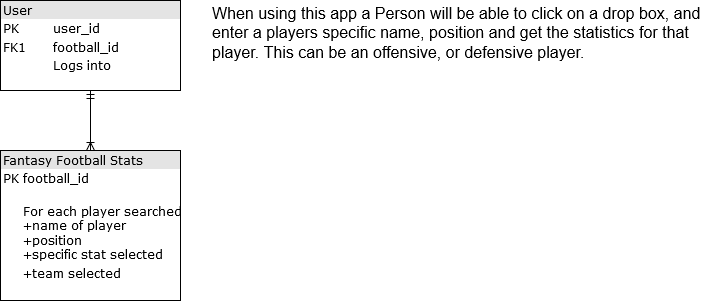
The draw.io diagram docs/erd.png in NewbieCoder10/fantasy-football-stats, before a commit. Source tidied: cells renumbered, new cells last; positions are measured from the earlier drawing's top-left corner, leaving out a move shared by most shapes.
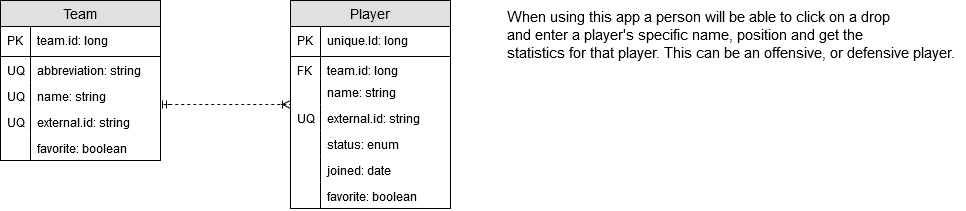
The same file after the commit.

Commit message:
Updated erd png and pdf files.

Diff of the diagram source:
```diff
@@ -2,17 +2,96 @@
   <root>
     <mxCell id="0" />
     <mxCell id="1" parent="0" />
-    <mxCell id="2" value="&lt;div style=&quot;box-sizing: border-box ; width: 100% ; background: #e4e4e4 ; padding: 2px&quot;&gt;User&lt;br&gt;&lt;/div&gt;&lt;table style=&quot;width: 100% ; font-size: 1em&quot; cellspacing=&quot;0&quot; cellpadding=&quot;2&quot;&gt;&lt;tbody&gt;&lt;tr&gt;&lt;td&gt;PK&lt;/td&gt;&lt;td&gt;user_id&lt;br&gt;&lt;/td&gt;&lt;/tr&gt;&lt;tr&gt;&lt;td&gt;FK1&lt;/td&gt;&lt;td&gt;football_id&lt;br&gt;&lt;/td&gt;&lt;/tr&gt;&lt;tr&gt;&lt;td&gt;&lt;br&gt;&lt;/td&gt;&lt;td&gt;Logs into&lt;br&gt;&lt;/td&gt;&lt;/tr&gt;&lt;/tbody&gt;&lt;/table&gt;" style="verticalAlign=top;align=left;overflow=fill;html=1;rounded=0;shadow=0;comic=0;labelBackgroundColor=none;strokeColor=#000000;strokeWidth=1;fillColor=#ffffff;fontFamily=Verdana;fontSize=12;fontColor=#000000;" parent="1" vertex="1">
-      <mxGeometry width="180" height="90" as="geometry" />
-    </mxCell>
-    <mxCell id="3" value="&lt;div style=&quot;box-sizing: border-box ; width: 100% ; background: #e4e4e4 ; padding: 2px&quot;&gt;Fantasy Football Stats&lt;br&gt;&lt;/div&gt;&lt;table style=&quot;width: 100% ; font-size: 1em&quot; cellspacing=&quot;0&quot; cellpadding=&quot;2&quot;&gt;&lt;tbody&gt;&lt;tr&gt;&lt;td&gt;PK&lt;/td&gt;&lt;td&gt;football_id&lt;br&gt;&lt;/td&gt;&lt;/tr&gt;&lt;tr&gt;&lt;td&gt;&lt;br&gt;&lt;/td&gt;&lt;td&gt;&lt;br&gt;For each player searched&lt;br&gt;+name of player&lt;br&gt;+position &lt;br&gt;+specific stat selected&lt;br&gt;&lt;/td&gt;&lt;/tr&gt;&lt;tr&gt;&lt;td&gt;&lt;br&gt;&lt;/td&gt;&lt;td align=&quot;left&quot;&gt;+team selected&lt;br&gt;&lt;/td&gt;&lt;/tr&gt;&lt;/tbody&gt;&lt;/table&gt;" style="verticalAlign=top;align=left;overflow=fill;html=1;rounded=0;shadow=0;comic=0;labelBackgroundColor=none;strokeColor=#000000;strokeWidth=1;fillColor=#ffffff;fontFamily=Verdana;fontSize=12;fontColor=#000000;" parent="1" vertex="1">
-      <mxGeometry y="150" width="180" height="150" as="geometry" />
-    </mxCell>
-    <mxCell id="4" style="edgeStyle=orthogonalEdgeStyle;html=1;endArrow=ERoneToMany;startArrow=ERmandOne;labelBackgroundColor=none;fontFamily=Verdana;fontSize=12;align=left;exitX=0.5;exitY=1;entryX=0.5;entryY=0;" parent="1" edge="1" source="2" target="3">
-      <mxGeometry relative="1" as="geometry" />
-    </mxCell>
-    <mxCell id="5" value="&lt;div style=&quot;font-size: 16px&quot;&gt;&lt;font style=&quot;font-size: 16px&quot;&gt;When using this app a Person will be able to click on a drop box, and&lt;/font&gt;&lt;/div&gt;&lt;div style=&quot;font-size: 16px&quot;&gt;&lt;font style=&quot;font-size: 16px&quot;&gt;enter a players specific name, position and get the statistics for that &lt;br&gt;&lt;/font&gt;&lt;/div&gt;&lt;div style=&quot;font-size: 16px&quot;&gt;&lt;font style=&quot;font-size: 16px&quot;&gt;player. This can be an offensive, or defensive player.&lt;/font&gt;&lt;br&gt;&lt;/div&gt;" style="text;html=1;align=left;verticalAlign=top;spacingTop=-4;perimeterSpacing=1;" parent="1" vertex="1">
-      <mxGeometry x="210" y="3" width="500" height="40" as="geometry" />
-    </mxCell>
+    <mxCell id="6" value="Team" style="swimlane;fontStyle=0;horizontal=1;startSize=26;fillColor=#e0e0e0;swimlaneFillColor=#ffffff;align=center;fontSize=14;" parent="1" vertex="1">
+      <mxGeometry x="15" y="-20" width="160" height="160" as="geometry" />
+    </mxCell>
+    <mxCell id="7" value="team.id: long" style="shape=partialRectangle;top=0;left=0;right=0;bottom=1;align=left;verticalAlign=middle;fillColor=none;spacingLeft=34;spacingRight=4;overflow=hidden;fontStyle=0;fontSize=12;" parent="6" vertex="1">
+      <mxGeometry y="26" width="160" height="30" as="geometry" />
+    </mxCell>
+    <mxCell id="8" value="PK" style="shape=partialRectangle;top=0;left=0;bottom=0;fillColor=none;align=left;verticalAlign=middle;spacingLeft=4;spacingRight=4;overflow=hidden;fontSize=12;" parent="7" vertex="1">
+      <mxGeometry width="30" height="30" as="geometry" />
+    </mxCell>
+    <mxCell id="9" value="abbreviation: string" style="shape=partialRectangle;top=0;left=0;right=0;bottom=0;align=left;verticalAlign=top;fillColor=none;spacingLeft=34;spacingRight=4;overflow=hidden;fontSize=12;labelBorderColor=none;" parent="6" vertex="1">
+      <mxGeometry y="56" width="160" height="26" as="geometry" />
+    </mxCell>
+    <mxCell id="10" value="UQ" style="shape=partialRectangle;top=0;left=0;bottom=0;fillColor=none;align=left;verticalAlign=top;spacingLeft=4;spacingRight=4;overflow=hidden;fontSize=12;" parent="9" vertex="1">
+      <mxGeometry width="30" height="26" as="geometry" />
+    </mxCell>
+    <mxCell id="11" value="name: string" style="shape=partialRectangle;top=0;left=0;right=0;bottom=0;align=left;verticalAlign=top;fillColor=none;spacingLeft=34;spacingRight=4;overflow=hidden;fontSize=12;" parent="6" vertex="1">
+      <mxGeometry y="82" width="160" height="26" as="geometry" />
+    </mxCell>
+    <mxCell id="12" value="UQ" style="shape=partialRectangle;top=0;left=0;bottom=0;fillColor=none;align=left;verticalAlign=top;spacingLeft=4;spacingRight=4;overflow=hidden;fontSize=12;" parent="11" vertex="1">
+      <mxGeometry width="30" height="26" as="geometry" />
+    </mxCell>
+    <mxCell id="13" value="external.id: string" style="shape=partialRectangle;top=0;left=0;right=0;bottom=0;align=left;verticalAlign=top;fillColor=none;spacingLeft=34;spacingRight=4;overflow=hidden;fontSize=12;" parent="6" vertex="1">
+      <mxGeometry y="108" width="160" height="26" as="geometry" />
+    </mxCell>
+    <mxCell id="14" value="UQ" style="shape=partialRectangle;top=0;left=0;bottom=0;fillColor=none;align=left;verticalAlign=top;spacingLeft=4;spacingRight=4;overflow=hidden;fontSize=12;" parent="13" vertex="1">
+      <mxGeometry width="30" height="26" as="geometry" />
+    </mxCell>
+    <mxCell id="15" value="favorite: boolean" style="shape=partialRectangle;top=0;left=0;right=0;bottom=0;align=left;verticalAlign=top;fillColor=none;spacingLeft=34;spacingRight=4;overflow=hidden;fontSize=12;" parent="6" vertex="1">
+      <mxGeometry y="134" width="160" height="26" as="geometry" />
+    </mxCell>
+    <mxCell id="16" style="shape=partialRectangle;top=0;left=0;bottom=0;fillColor=none;align=left;verticalAlign=top;spacingLeft=4;spacingRight=4;overflow=hidden;fontSize=12;" parent="15" vertex="1">
+      <mxGeometry width="30" height="26" as="geometry" />
+    </mxCell>
+    <mxCell id="17" value="Player" style="swimlane;fontStyle=0;horizontal=1;startSize=26;fillColor=#e0e0e0;swimlaneFillColor=#ffffff;align=center;fontSize=14;" parent="1" vertex="1">
+      <mxGeometry x="305" y="-20" width="160" height="208" as="geometry" />
+    </mxCell>
+    <mxCell id="18" value="unique.Id: long" style="shape=partialRectangle;top=0;left=0;right=0;bottom=1;align=left;verticalAlign=middle;fillColor=none;spacingLeft=34;spacingRight=4;overflow=hidden;fontStyle=0;fontSize=12;" parent="17" vertex="1">
+      <mxGeometry y="26" width="160" height="30" as="geometry" />
+    </mxCell>
+    <mxCell id="19" value="PK" style="shape=partialRectangle;top=0;left=0;bottom=0;fillColor=none;align=left;verticalAlign=middle;spacingLeft=4;spacingRight=4;overflow=hidden;fontSize=12;" parent="18" vertex="1">
+      <mxGeometry width="30" height="30" as="geometry" />
+    </mxCell>
+    <mxCell id="20" value="team.id: long" style="shape=partialRectangle;top=0;left=0;right=0;bottom=0;align=left;verticalAlign=top;fillColor=none;spacingLeft=34;spacingRight=4;overflow=hidden;fontSize=12;" parent="17" vertex="1">
+      <mxGeometry y="56" width="160" height="22" as="geometry" />
+    </mxCell>
+    <mxCell id="21" value="FK" style="shape=partialRectangle;top=0;left=0;bottom=0;fillColor=none;align=left;verticalAlign=top;spacingLeft=4;spacingRight=4;overflow=hidden;fontSize=12;" parent="20" vertex="1">
+      <mxGeometry width="30" height="22" as="geometry" />
+    </mxCell>
+    <mxCell id="22" value="name: string" style="shape=partialRectangle;top=0;left=0;right=0;bottom=0;align=left;verticalAlign=top;fillColor=none;spacingLeft=34;spacingRight=4;overflow=hidden;fontSize=12;" parent="17" vertex="1">
+      <mxGeometry y="78" width="160" height="26" as="geometry" />
+    </mxCell>
+    <mxCell id="23" style="shape=partialRectangle;top=0;left=0;bottom=0;fillColor=none;align=left;verticalAlign=top;spacingLeft=4;spacingRight=4;overflow=hidden;fontSize=12;" parent="22" vertex="1">
+      <mxGeometry width="30" height="26" as="geometry" />
+    </mxCell>
+    <mxCell id="24" value="external.id: string" style="shape=partialRectangle;top=0;left=0;right=0;bottom=0;align=left;verticalAlign=top;fillColor=none;spacingLeft=34;spacingRight=4;overflow=hidden;fontSize=12;" parent="17" vertex="1">
+      <mxGeometry y="104" width="160" height="26" as="geometry" />
+    </mxCell>
+    <mxCell id="25" value="UQ" style="shape=partialRectangle;top=0;left=0;bottom=0;fillColor=none;align=left;verticalAlign=top;spacingLeft=4;spacingRight=4;overflow=hidden;fontSize=12;" parent="24" vertex="1">
+      <mxGeometry width="30" height="26" as="geometry" />
+    </mxCell>
+    <mxCell id="26" value="status: enum" style="shape=partialRectangle;top=0;left=0;right=0;bottom=0;align=left;verticalAlign=top;fillColor=none;spacingLeft=34;spacingRight=4;overflow=hidden;fontSize=12;" parent="17" vertex="1">
+      <mxGeometry y="130" width="160" height="26" as="geometry" />
+    </mxCell>
+    <mxCell id="27" style="shape=partialRectangle;top=0;left=0;bottom=0;fillColor=none;align=left;verticalAlign=top;spacingLeft=4;spacingRight=4;overflow=hidden;fontSize=12;" parent="26" vertex="1">
+      <mxGeometry width="30" height="26" as="geometry" />
+    </mxCell>
+    <mxCell id="28" value="joined: date" style="shape=partialRectangle;top=0;left=0;right=0;bottom=0;align=left;verticalAlign=top;fillColor=none;spacingLeft=34;spacingRight=4;overflow=hidden;fontSize=12;" parent="17" vertex="1">
+      <mxGeometry y="156" width="160" height="26" as="geometry" />
+    </mxCell>
+    <mxCell id="29" style="shape=partialRectangle;top=0;left=0;bottom=0;fillColor=none;align=left;verticalAlign=top;spacingLeft=4;spacingRight=4;overflow=hidden;fontSize=12;" parent="28" vertex="1">
+      <mxGeometry width="30" height="26" as="geometry" />
+    </mxCell>
+    <mxCell id="30" value="favorite: boolean" style="shape=partialRectangle;top=0;left=0;right=0;bottom=0;align=left;verticalAlign=top;fillColor=none;spacingLeft=34;spacingRight=4;overflow=hidden;fontSize=12;" parent="17" vertex="1">
+      <mxGeometry y="182" width="160" height="26" as="geometry" />
+    </mxCell>
+    <mxCell id="31" style="shape=partialRectangle;top=0;left=0;bottom=0;fillColor=none;align=left;verticalAlign=top;spacingLeft=4;spacingRight=4;overflow=hidden;fontSize=12;" parent="30" vertex="1">
+      <mxGeometry width="30" height="26" as="geometry" />
+    </mxCell>
+    <mxCell id="32" style="edgeStyle=orthogonalEdgeStyle;html=1;dashed=1;labelBackgroundColor=none;startArrow=ERmandOne;endArrow=ERoneToMany;fontFamily=Verdana;fontSize=12;align=left;" parent="1" edge="1">
+      <mxGeometry relative="1" as="geometry">
+        <mxPoint x="185" y="83.5" as="sourcePoint" />
+        <mxPoint x="305" y="83.5" as="targetPoint" />
+        <Array as="points">
+          <mxPoint x="175" y="83.5" />
+          <mxPoint x="175" y="83.5" />
+        </Array>
+      </mxGeometry>
+    </mxCell>
+    <mxCell id="33" value="&lt;div style=&quot;font-size: 15px&quot;&gt;&lt;font style=&quot;font-size: 15px&quot;&gt;When using this app a person will be able to click on a drop&lt;/font&gt;&lt;/div&gt;&lt;div style=&quot;font-size: 15px&quot;&gt;&lt;font style=&quot;font-size: 15px&quot;&gt;and enter a player's specific name, position and get the &lt;br&gt;&lt;/font&gt;&lt;/div&gt;&lt;div style=&quot;font-size: 15px&quot;&gt;&lt;font style=&quot;font-size: 15px&quot;&gt;statistics for that player. This can be an offensive, or defensive player.&lt;br&gt;&lt;/font&gt;&lt;/div&gt;" style="text;html=1;align=left;verticalAlign=top;spacingTop=-4;" parent="1" vertex="1">
+      <mxGeometry x="520" y="-14" width="460" height="40" as="geometry" />
+    </mxCell>
   </root>
 </mxGraphModel>
```
